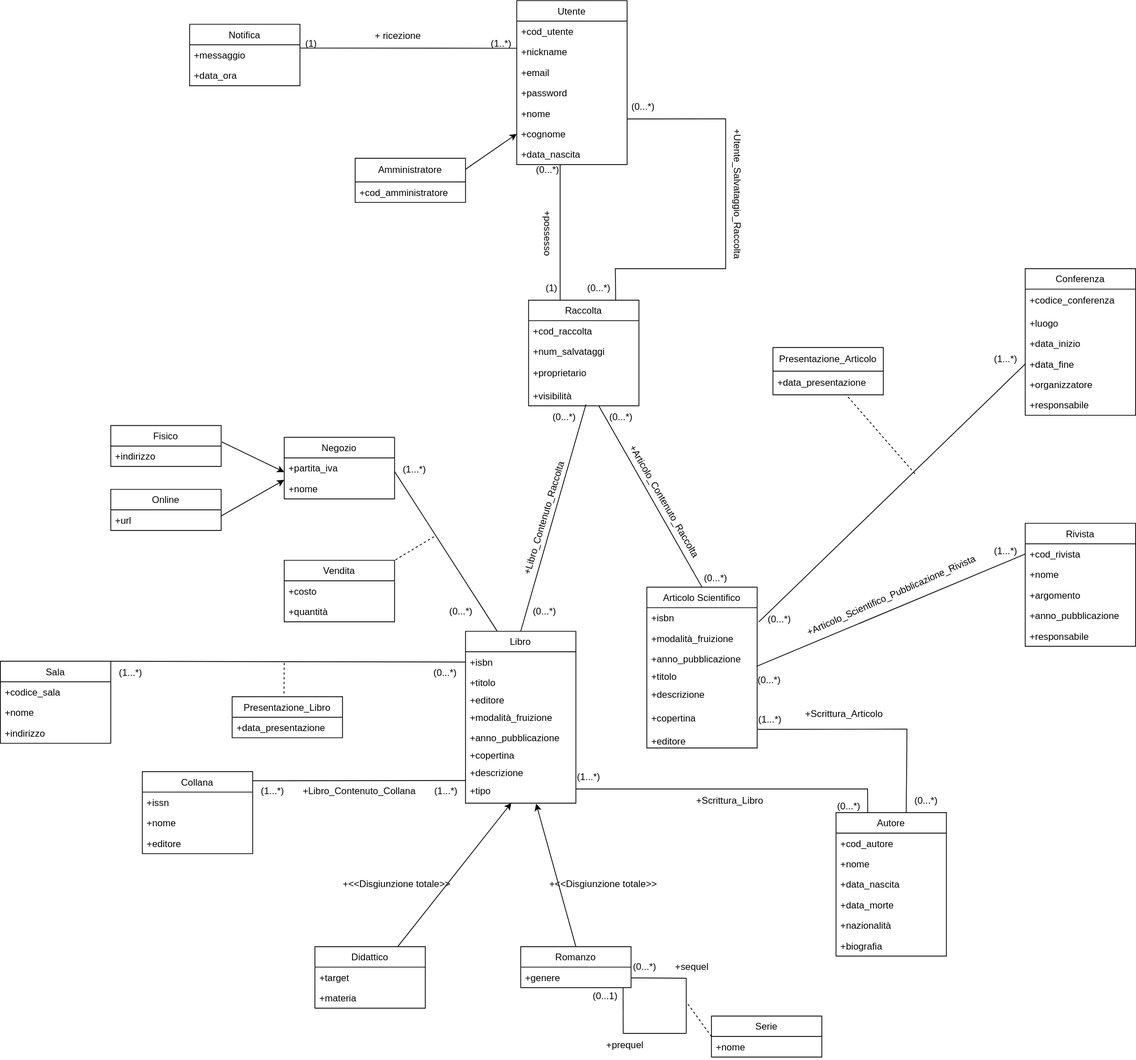
Before: progettazione_concettuale/Modello_Concettuale.drawio.svg, a diagram exported from draw.io (m3tt0/Progetto_OB_BASI). Source tidied: cells renumbered, new cells last; positions are measured from the earlier drawing's top-left corner, leaving out a move shared by most shapes.
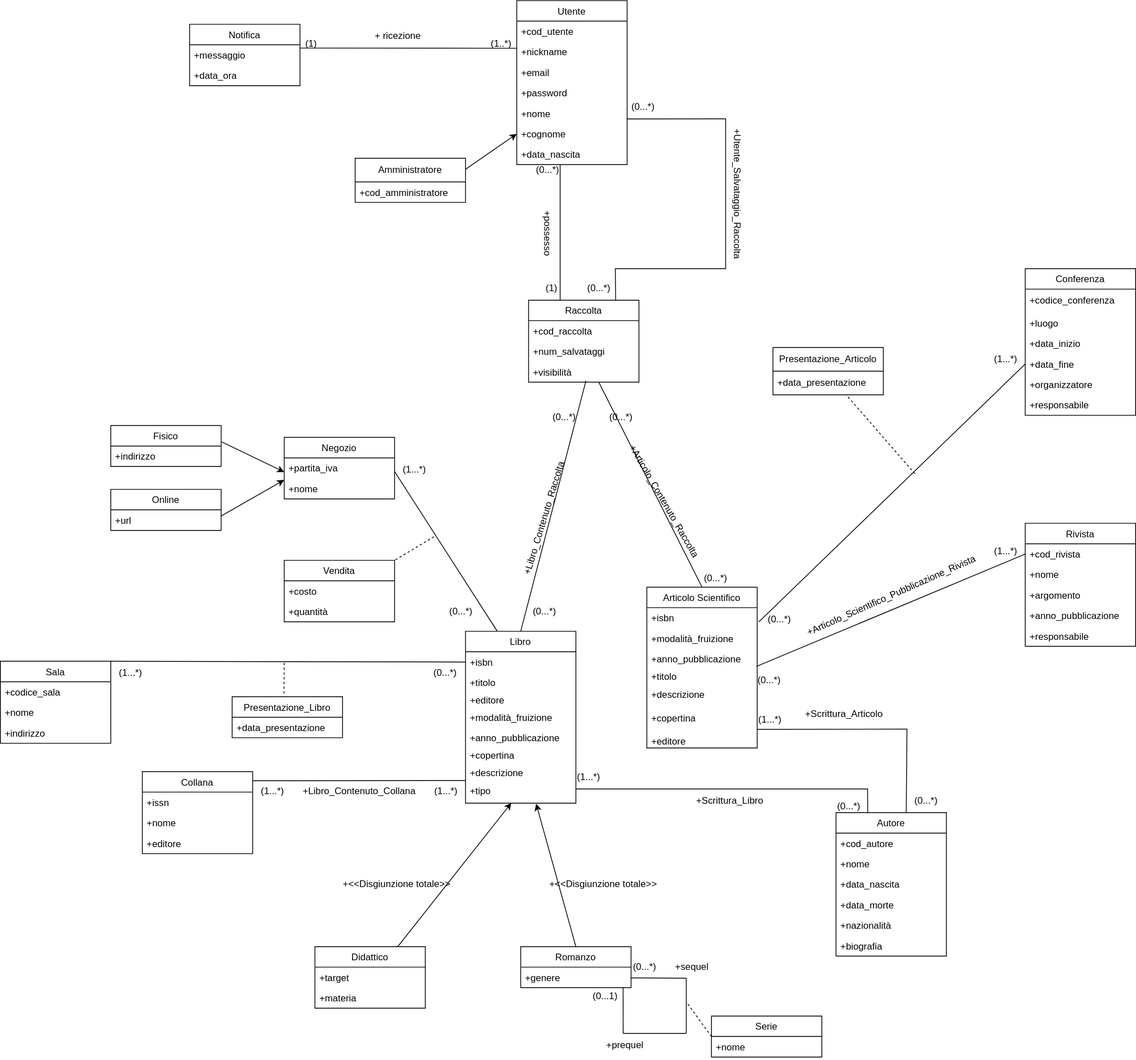
Above is the later version.

Change to the diagram source:
```diff
@@ -272,7 +272,7 @@
       </mxGeometry>
     </mxCell>
     <mxCell id="87" value="Raccolta" style="swimlane;fontStyle=0;horizontal=1;startSize=26;fillColor=none;" parent="1" vertex="1">
-      <mxGeometry x="670" y="380" width="140" height="134" as="geometry" />
+      <mxGeometry x="670" y="380" width="140" height="104" as="geometry" />
     </mxCell>
     <mxCell id="88" value="+cod_raccolta" style="text;strokeColor=none;fillColor=none;align=left;verticalAlign=top;spacingLeft=4;spacingRight=4;overflow=hidden;" parent="87" vertex="1">
       <mxGeometry y="26" width="140" height="26" as="geometry" />
@@ -280,11 +280,8 @@
     <mxCell id="89" value="+num_salvataggi" style="text;strokeColor=none;fillColor=none;align=left;verticalAlign=top;spacingLeft=4;spacingRight=4;overflow=hidden;" parent="87" vertex="1">
       <mxGeometry y="52" width="140" height="26" as="geometry" />
     </mxCell>
-    <mxCell id="90" value="+proprietario" style="text;strokeColor=none;fillColor=none;align=left;verticalAlign=middle;spacingLeft=4;spacingRight=4;overflow=hidden;whiteSpace=wrap;html=1;" parent="87" vertex="1">
-      <mxGeometry y="78" width="140" height="30" as="geometry" />
-    </mxCell>
     <mxCell id="91" value="+visibilità" style="text;strokeColor=none;fillColor=none;align=left;verticalAlign=top;spacingLeft=4;spacingRight=4;overflow=hidden;points=[[0,0.5],[1,0.5]];portConstraint=eastwest;" parent="87" vertex="1">
-      <mxGeometry y="108" width="140" height="26" as="geometry" />
+      <mxGeometry y="78" width="140" height="26" as="geometry" />
     </mxCell>
     <mxCell id="92" style="endArrow=none;html=1;rounded=0;entryX=0.52;entryY=0.926;entryDx=0;entryDy=0;entryPerimeter=0;exitX=0.5;exitY=0;exitDx=0;exitDy=0;" parent="1" edge="1" source="9" target="91">
       <mxGeometry relative="1" as="geometry" />
```
